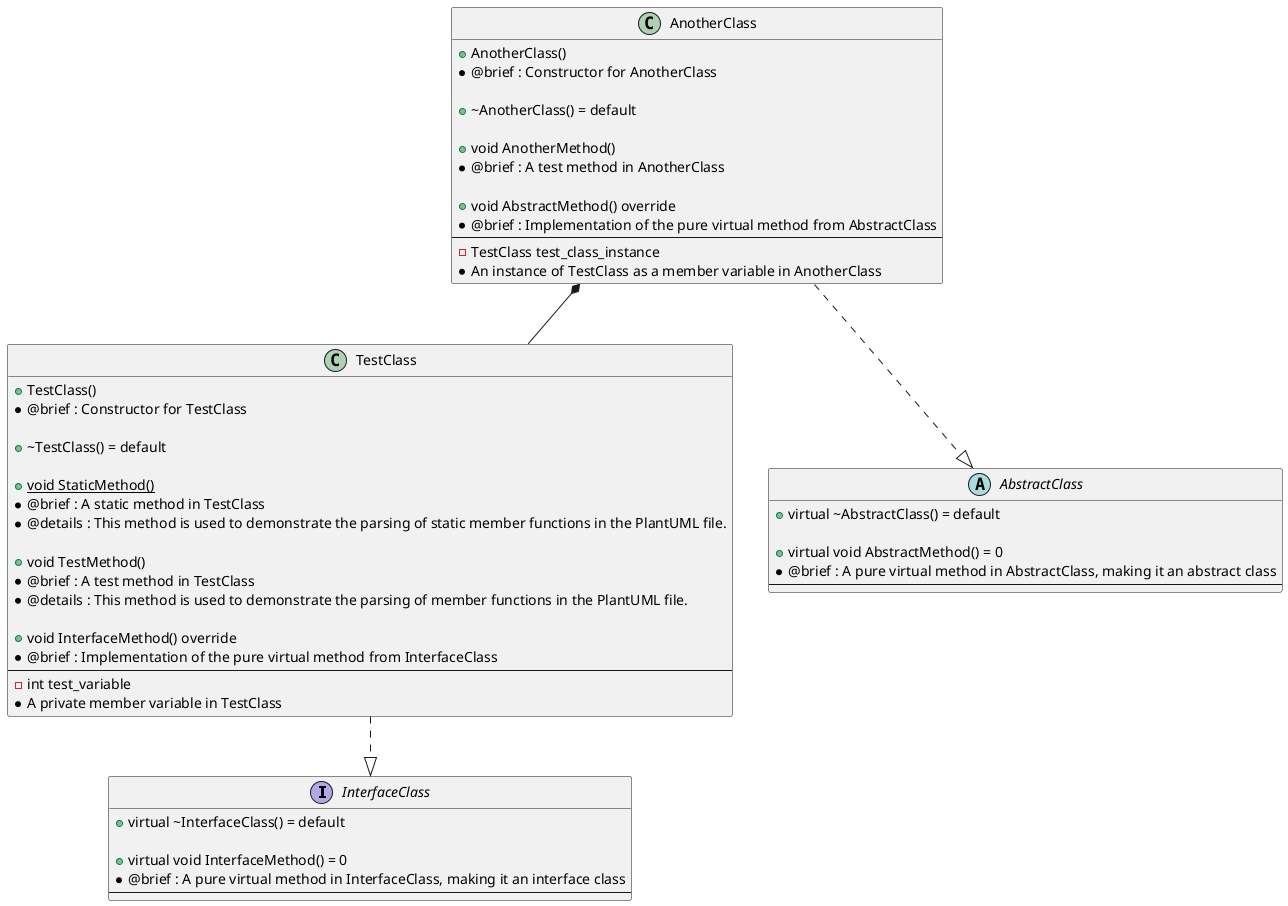
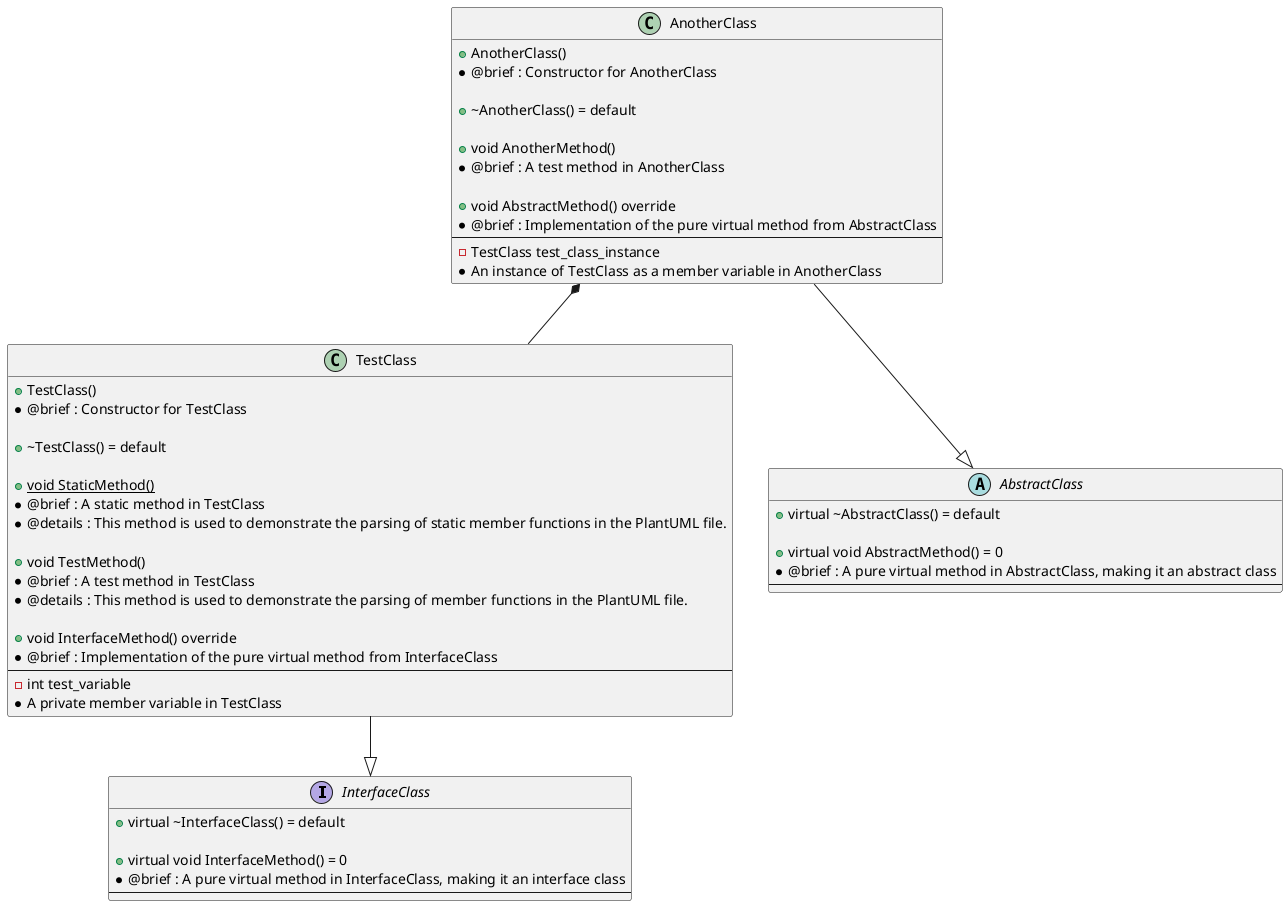
﻿@startuml

interface InterfaceClass
{
    + virtual ~InterfaceClass() = default

    + virtual void InterfaceMethod() = 0
     * @brief : A pure virtual method in InterfaceClass, making it an interface class
    ---
}

class TestClass
{
    + TestClass()
     * @brief : Constructor for TestClass

    + ~TestClass() = default

    {static} + void StaticMethod()
     * @brief : A static method in TestClass
     * @details : This method is used to demonstrate the parsing of static member functions in the PlantUML file.

    + void TestMethod()
     * @brief : A test method in TestClass
     * @details : This method is used to demonstrate the parsing of member functions in the PlantUML file.

    + void InterfaceMethod() override
     * @brief : Implementation of the pure virtual method from InterfaceClass
    ---
    - int test_variable
     * A private member variable in TestClass
}
- TestClass ..|> InterfaceClass
+ TestClass --|> InterfaceClass

abstract class AbstractClass
{
    + virtual ~AbstractClass() = default

    + virtual void AbstractMethod() = 0
     * @brief : A pure virtual method in AbstractClass, making it an abstract class
    ---
}

class AnotherClass
{
    + AnotherClass()
     * @brief : Constructor for AnotherClass

    + ~AnotherClass() = default

    + void AnotherMethod()
     * @brief : A test method in AnotherClass

    + void AbstractMethod() override
     * @brief : Implementation of the pure virtual method from AbstractClass
    ---
    - TestClass test_class_instance
     * An instance of TestClass as a member variable in AnotherClass
}
AnotherClass *-- TestClass
- AnotherClass ..|> AbstractClass
+ AnotherClass --|> AbstractClass

@enduml